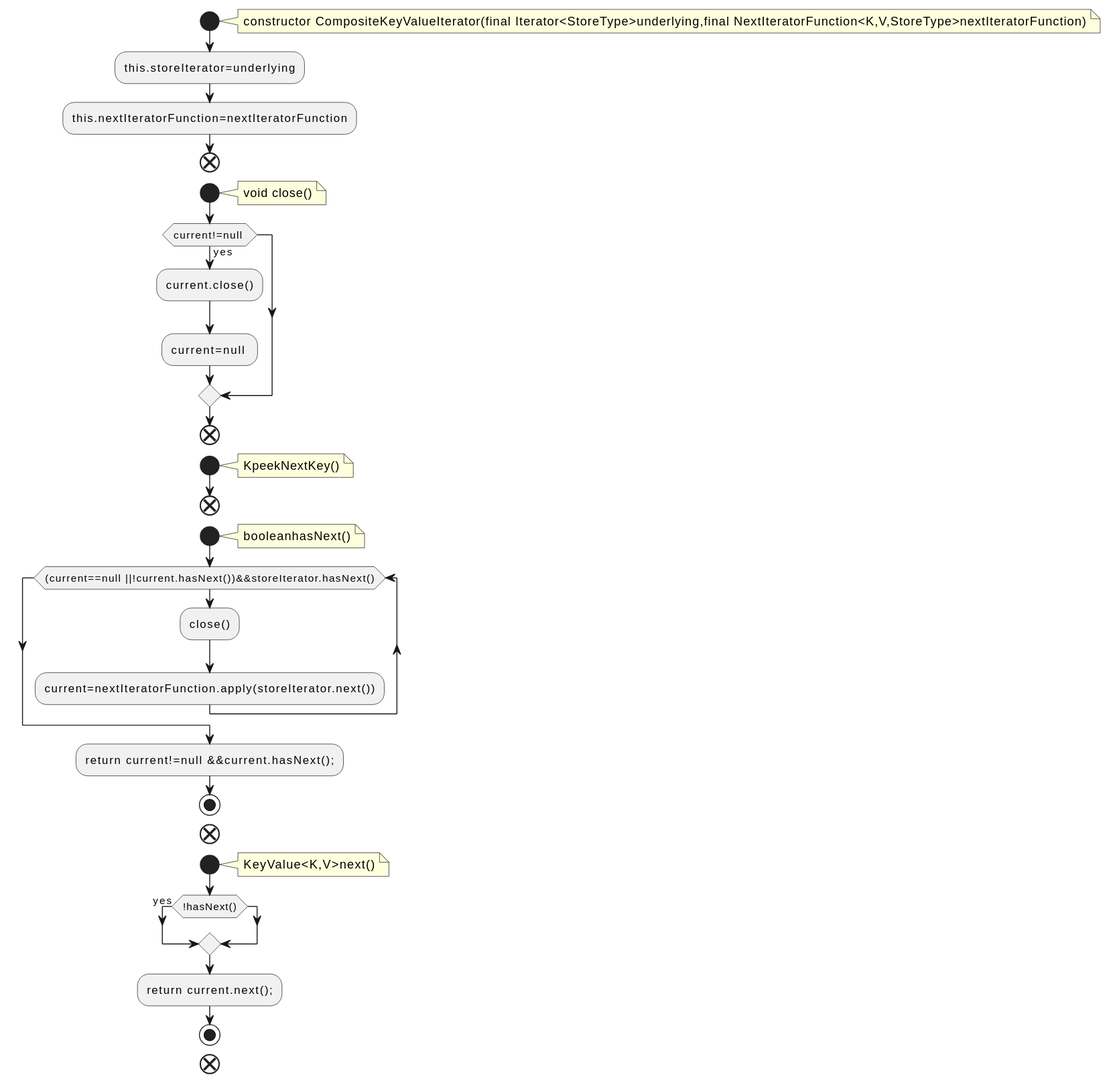
The PlantUML diagram docs/qc/streams/src/main/java/org/apache/kafka/streams/state/internals/CompositeKeyValueIterator.java.fct.svg in qualitesys/kafka, before a commit.
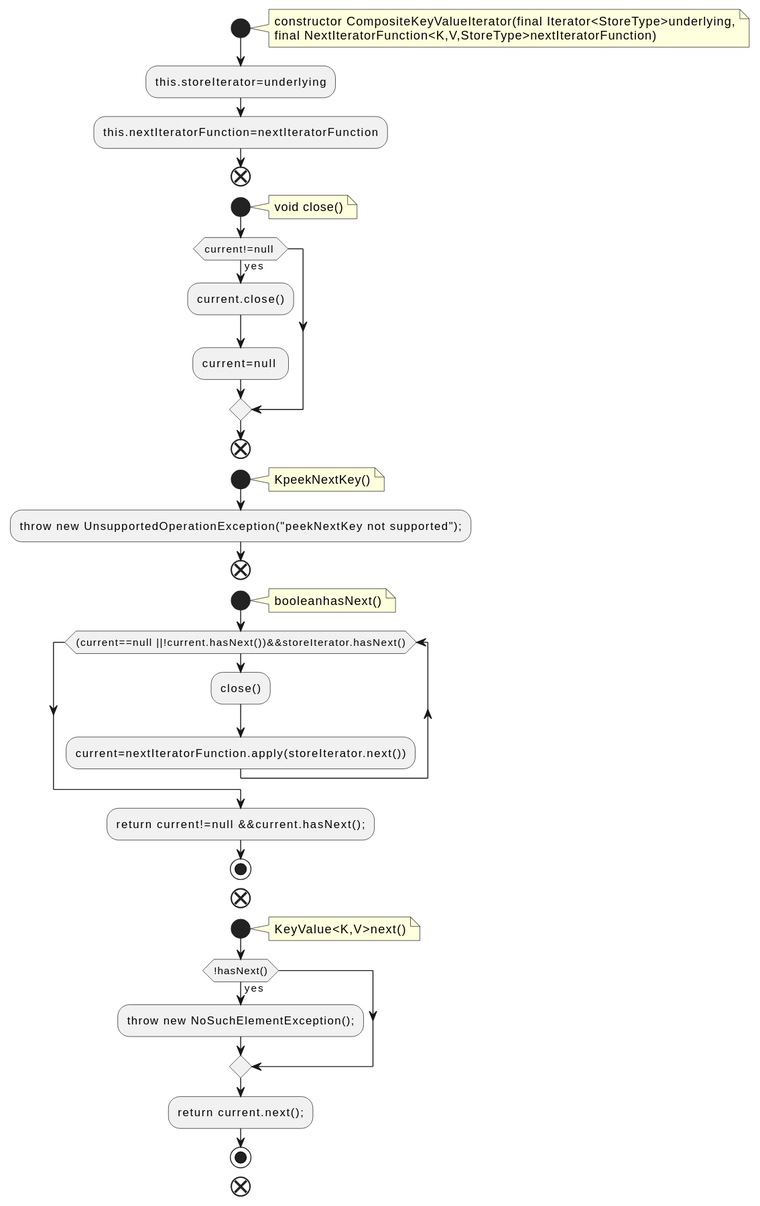
The same file after the commit.

The edit, as a diff of the source:
```diff
@@ -2,7 +2,8 @@
 !pragma layout smetana
 start
 note right
-constructor CompositeKeyValueIterator(final Iterator<StoreType>underlying,final NextIteratorFunction<K,V,StoreType>nextIteratorFunction)
+constructor CompositeKeyValueIterator(final Iterator<StoreType>underlying,
+final NextIteratorFunction<K,V,StoreType>nextIteratorFunction)
 end note
 :this.storeIterator=underlying;
 :this.nextIteratorFunction=nextIteratorFunction;
@@ -20,6 +21,7 @@
 note right
 KpeekNextKey()
 end note
+:throw new UnsupportedOperationException("peekNextKey not supported");;
 end
 start
 note right
@@ -37,6 +39,7 @@
 KeyValue<K,V>next()
 end note
 if (!hasNext()) then (yes)
+:throw new NoSuchElementException();;
 endif
 :return current.next();;
 stop
```
